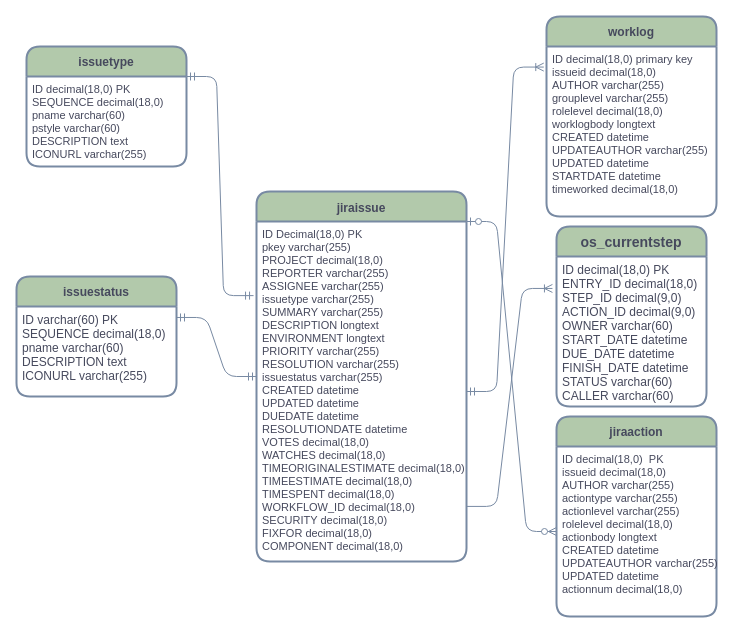
ChienNguyensrdn/Jira_Integrated_Service keeps this draw.io diagram as DigramEntity/Untitled Diagram.drawio. Above is the earlier version. Source tidied: cells renumbered, new cells numbered last; positions are measured from the earlier drawing's top-left corner, leaving out a move shared by most shapes. Both pictures are drawn from the tidied source at 100%, with x=0, y=0 at pixel (16, 16).
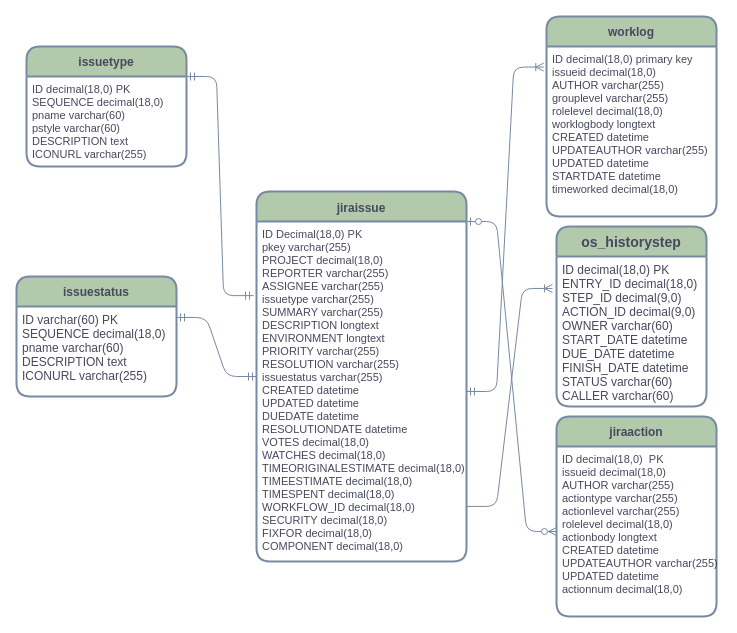
The same page after the edit.

The edit, as a diff of the source:
```diff
@@
 <mxGraphModel>
   <root>
     <mxCell id="0" />
     <mxCell id="1" parent="0" />
     <mxCell id="2" value="jiraissue" style="swimlane;horizontal=1;startSize=30;rounded=1;fontSize=12;fontStyle=1;strokeWidth=2;shadow=0;dashed=0;align=center;spacingTop=1;fillColor=#B2C9AB;strokeColor=#788AA3;fontColor=#46495D;" parent="1" vertex="1">
       <mxGeometry x="240" y="175" width="210" height="370" as="geometry" />
     </mxCell>
     <mxCell id="3" value="ID Decimal(18,0) PK&#10;pkey varchar(255)&#10;PROJECT decimal(18,0)&#10;REPORTER varchar(255)&#10;ASSIGNEE varchar(255) &#10;issuetype varchar(255) &#10;SUMMARY varchar(255) &#10;DESCRIPTION longtext &#10;ENVIRONMENT longtext&#10;PRIORITY varchar(255)&#10;RESOLUTION varchar(255) &#10;issuestatus varchar(255)&#10;CREATED datetime &#10;UPDATED datetime&#10;DUEDATE datetime &#10;RESOLUTIONDATE datetime &#10;VOTES decimal(18,0) &#10;WATCHES decimal(18,0) &#10;TIMEORIGINALESTIMATE decimal(18,0) &#10;TIMEESTIMATE decimal(18,0) &#10;TIMESPENT decimal(18,0) &#10;WORKFLOW_ID decimal(18,0) &#10;SECURITY decimal(18,0) &#10;FIXFOR decimal(18,0) &#10;COMPONENT decimal(18,0)" style="align=left;strokeColor=none;fillColor=none;spacingLeft=4;fontSize=11;verticalAlign=top;fontColor=#46495D;" parent="2" vertex="1">
       <mxGeometry y="30" width="210" height="340" as="geometry" />
     </mxCell>
     <mxCell id="4" value="worklog" style="swimlane;horizontal=1;startSize=30;rounded=1;fontSize=12;fontStyle=1;strokeWidth=2;shadow=0;dashed=0;align=center;fillColor=#B2C9AB;strokeColor=#788AA3;fontColor=#46495D;" parent="1" vertex="1">
       <mxGeometry x="530" width="170" height="200" as="geometry" />
     </mxCell>
     <mxCell id="5" value="ID decimal(18,0) primary key&#10;issueid decimal(18,0) &#10;AUTHOR varchar(255) &#10;grouplevel varchar(255) &#10;rolelevel decimal(18,0) &#10;worklogbody longtext &#10;CREATED datetime &#10;UPDATEAUTHOR varchar(255) &#10;UPDATED datetime &#10;STARTDATE datetime &#10;timeworked decimal(18,0)" style="align=left;strokeColor=none;fillColor=none;spacingLeft=4;fontSize=11;verticalAlign=top;fontColor=#46495D;" parent="4" vertex="1">
       <mxGeometry y="30" width="170" height="170" as="geometry" />
     </mxCell>
     <mxCell id="6" value="jiraaction" style="swimlane;horizontal=1;startSize=30;rounded=1;fontSize=12;fontStyle=1;strokeWidth=2;shadow=0;dashed=0;align=center;fillColor=#B2C9AB;strokeColor=#788AA3;fontColor=#46495D;" parent="1" vertex="1">
       <mxGeometry x="540" y="400" width="160" height="200" as="geometry" />
     </mxCell>
     <mxCell id="7" value="ID decimal(18,0)  PK&#10;issueid decimal(18,0) &#10;AUTHOR varchar(255) &#10;actiontype varchar(255) &#10;actionlevel varchar(255) &#10;rolelevel decimal(18,0) &#10;actionbody longtext &#10;CREATED datetime &#10;UPDATEAUTHOR varchar(255) &#10;UPDATED datetime &#10;actionnum decimal(18,0)" style="align=left;strokeColor=none;fillColor=none;spacingLeft=4;fontSize=11;verticalAlign=top;fontColor=#46495D;" parent="6" vertex="1">
       <mxGeometry y="30" width="160" height="170" as="geometry" />
     </mxCell>
     <mxCell id="8" value="issuetype" style="swimlane;horizontal=1;startSize=30;rounded=1;fontSize=12;fontStyle=1;strokeWidth=2;shadow=0;dashed=0;align=center;fillColor=#B2C9AB;strokeColor=#788AA3;fontColor=#46495D;" parent="1" vertex="1">
       <mxGeometry x="10" y="30" width="160" height="120" as="geometry" />
     </mxCell>
     <mxCell id="9" value="ID decimal(18,0) PK &#10;SEQUENCE decimal(18,0)&#10;pname varchar(60)&#10;pstyle varchar(60)&#10;DESCRIPTION text&#10;ICONURL varchar(255)" style="align=left;strokeColor=none;fillColor=none;spacingLeft=4;fontSize=11;verticalAlign=top;fontColor=#46495D;" parent="8" vertex="1">
       <mxGeometry y="30" width="160" height="90" as="geometry" />
     </mxCell>
     <mxCell id="10" value="issuestatus" style="swimlane;horizontal=1;startSize=30;rounded=1;fontSize=12;fontStyle=1;strokeWidth=2;shadow=0;dashed=0;align=center;fillColor=#B2C9AB;strokeColor=#788AA3;fontColor=#46495D;" parent="1" vertex="1">
       <mxGeometry y="260" width="160" height="120" as="geometry" />
     </mxCell>
     <mxCell id="11" value="ID varchar(60) PK&#10;SEQUENCE decimal(18,0)&#10;pname varchar(60)&#10;DESCRIPTION text&#10;ICONURL varchar(255)" style="align=left;strokeColor=none;fillColor=none;spacingLeft=4;fontSize=12;verticalAlign=top;fontColor=#46495D;" parent="10" vertex="1">
       <mxGeometry y="30" width="160" height="90" as="geometry" />
     </mxCell>
     <mxCell id="12" style="edgeStyle=entityRelationEdgeStyle;fontSize=12;html=1;endArrow=ERzeroToMany;startArrow=ERzeroToOne;exitX=1;exitY=0;exitDx=0;exitDy=0;strokeColor=#788AA3;fontColor=#46495D;" parent="1" edge="1" source="3" target="7">
       <mxGeometry relative="1" as="geometry" />
     </mxCell>
     <mxCell id="13" style="edgeStyle=entityRelationEdgeStyle;fontSize=12;html=1;endArrow=ERmandOne;startArrow=ERmandOne;entryX=0;entryY=0.5;entryDx=0;entryDy=0;strokeColor=#788AA3;fontColor=#46495D;exitX=1;exitY=0.122;exitDx=0;exitDy=0;exitPerimeter=0;" parent="1" edge="1" source="11" target="2">
       <mxGeometry relative="1" as="geometry" />
     </mxCell>
     <mxCell id="14" style="edgeStyle=entityRelationEdgeStyle;fontSize=12;html=1;endArrow=ERmandOne;startArrow=ERmandOne;entryX=-0.014;entryY=0.218;entryDx=0;entryDy=0;exitX=1;exitY=0;exitDx=0;exitDy=0;entryPerimeter=0;strokeColor=#788AA3;fontColor=#46495D;" parent="1" edge="1" source="9" target="3">
       <mxGeometry relative="1" as="geometry" />
     </mxCell>
     <mxCell id="15" style="edgeStyle=entityRelationEdgeStyle;fontSize=12;html=1;endArrow=ERoneToMany;startArrow=ERmandOne;entryX=-0.016;entryY=0.121;entryDx=0;entryDy=0;entryPerimeter=0;strokeColor=#788AA3;fontColor=#46495D;" parent="1" edge="1" source="3" target="5">
       <mxGeometry relative="1" as="geometry" />
     </mxCell>
-    <mxCell id="16" value="os_currentstep" style="swimlane;horizontal=1;startSize=30;rounded=1;fontSize=14;fontStyle=1;strokeWidth=2;shadow=0;dashed=0;align=center;fillColor=#B2C9AB;strokeColor=#788AA3;fontColor=#46495D;" parent="1" vertex="1">
+    <mxCell id="16" value="os_historystep" style="swimlane;horizontal=1;startSize=30;rounded=1;fontSize=14;fontStyle=1;strokeWidth=2;shadow=0;dashed=0;align=center;fillColor=#B2C9AB;strokeColor=#788AA3;fontColor=#46495D;" parent="1" vertex="1">
       <mxGeometry x="540" y="210" width="150" height="180" as="geometry" />
     </mxCell>
     <mxCell id="17" value="ID decimal(18,0) PK &#10;ENTRY_ID decimal(18,0) &#10;STEP_ID decimal(9,0) &#10;ACTION_ID decimal(9,0) &#10;OWNER varchar(60) &#10;START_DATE datetime &#10;DUE_DATE datetime &#10;FINISH_DATE datetime &#10;STATUS varchar(60) &#10;CALLER varchar(60)" style="align=left;strokeColor=none;fillColor=none;spacingLeft=4;fontSize=12;verticalAlign=top;fontColor=#46495D;" parent="16" vertex="1">
       <mxGeometry y="30" width="150" height="150" as="geometry" />
     </mxCell>
     <mxCell id="18" style="edgeStyle=entityRelationEdgeStyle;fontSize=12;html=1;endArrow=ERoneToMany;exitX=1;exitY=0.838;exitDx=0;exitDy=0;exitPerimeter=0;entryX=-0.027;entryY=0.213;entryDx=0;entryDy=0;entryPerimeter=0;strokeColor=#788AA3;fontColor=#46495D;" parent="1" edge="1" source="3" target="17">
       <mxGeometry relative="1" as="geometry" />
     </mxCell>
   </root>
 </mxGraphModel>
```
